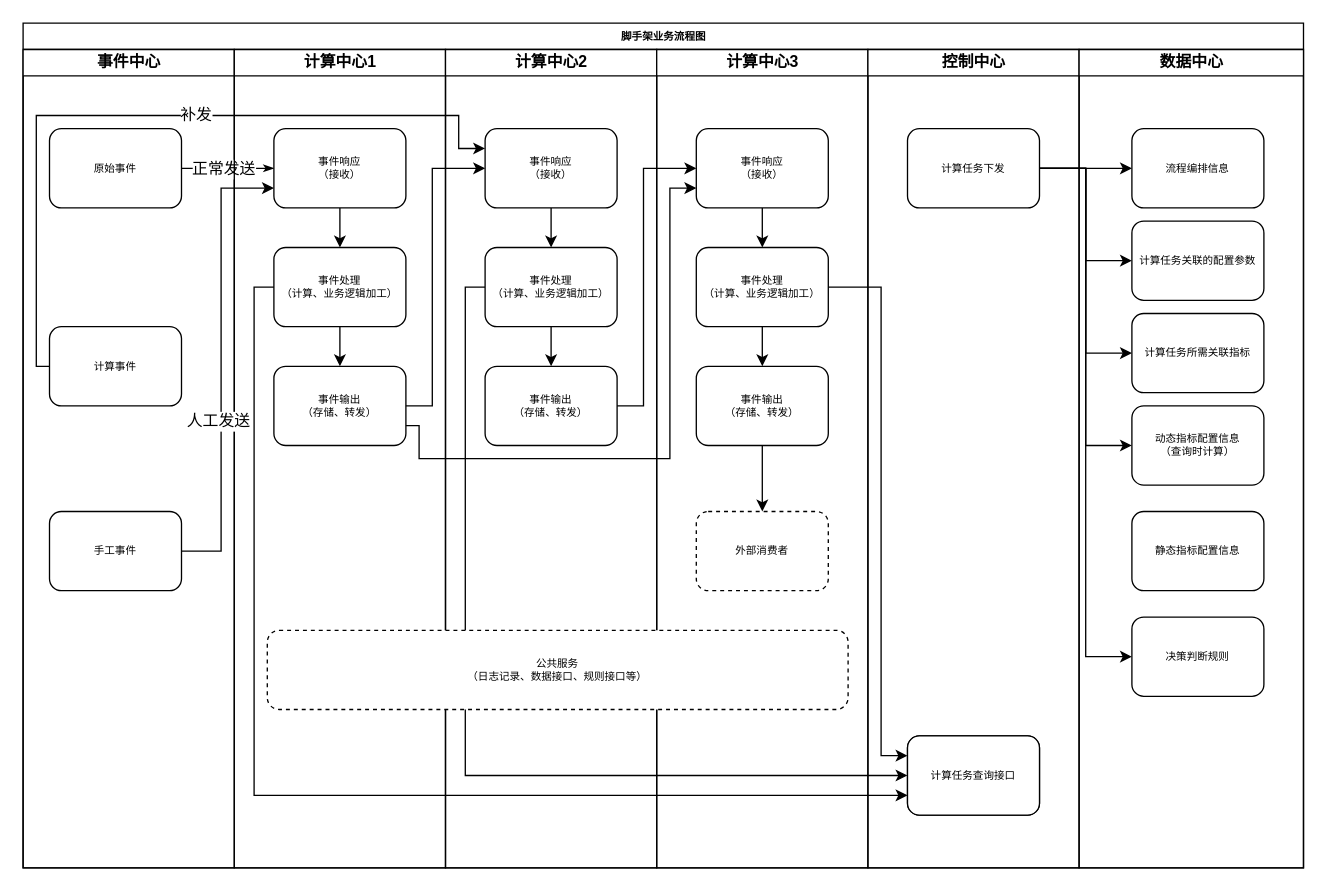
michael0817/wing keeps this draw.io diagram as 脚手架业务流程图.drawio. Above is the earlier version. Source tidied: cells renumbered, new cells numbered last; positions are measured from the earlier drawing's top-left corner, leaving out a move shared by most shapes. Both pictures are drawn from the tidied source at 132%, with x=0, y=0 at pixel (22, 22).
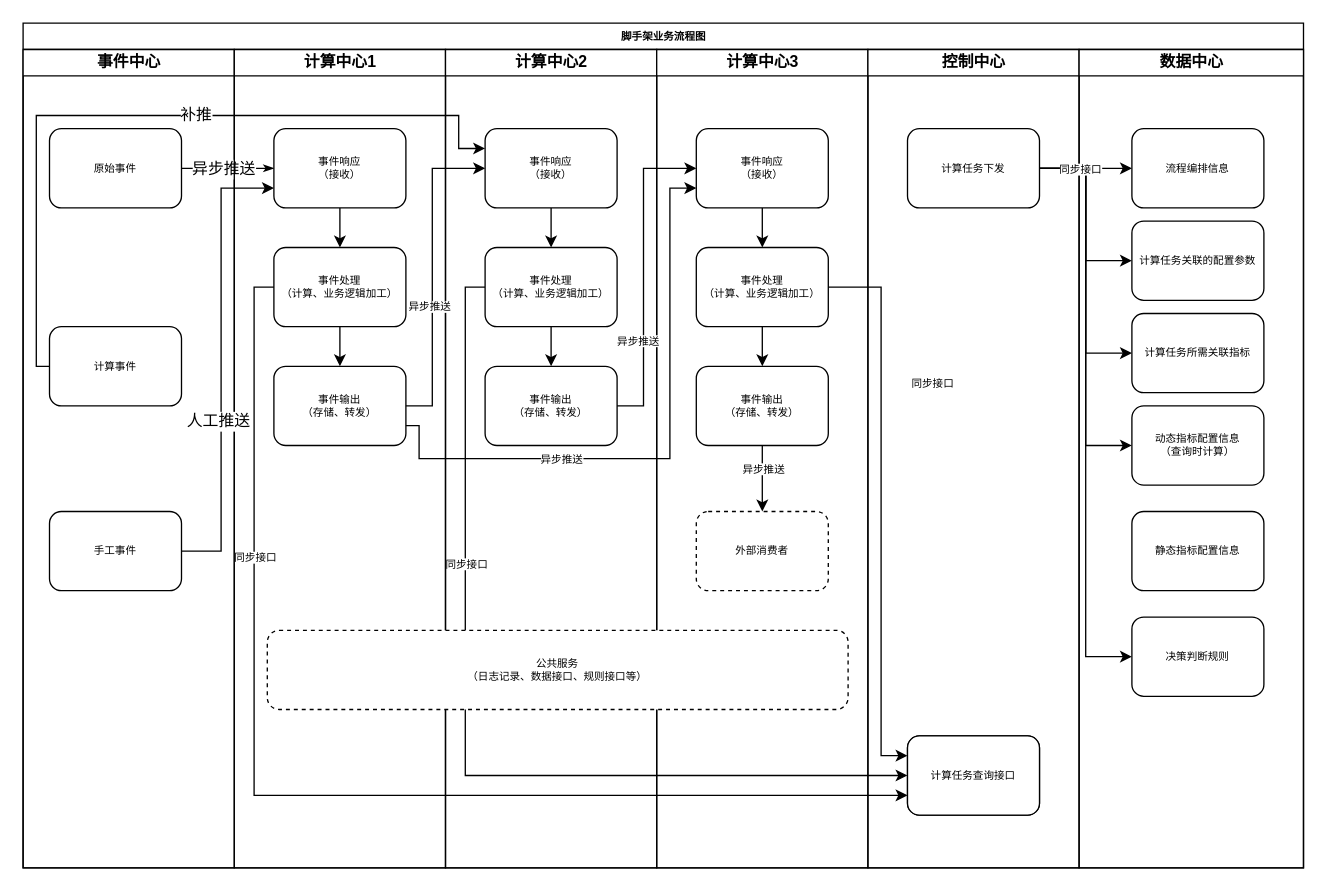
The same diagram, later.

Commit message:
Update 脚手架业务流程图.drawio

Unchanged cells that the change refers to:
```xml
<mxCell id="3" style="edgeStyle=orthogonalEdgeStyle;rounded=0;jettySize=auto;html=1;entryX=0;entryY=0.5;entryDx=0;entryDy=0;exitX=0;exitY=0.5;exitDx=0;exitDy=0;verticalAlign=bottom;" parent="2" edge="1" source="20" target="33">
  <mxGeometry relative="1" as="geometry">
    <Array as="points">
      <mxPoint x="335" y="200" />
      <mxPoint x="335" y="570" />
    </Array>
  </mxGeometry>
</mxCell>
<mxCell id="8" style="edgeStyle=orthogonalEdgeStyle;rounded=1;html=1;labelBackgroundColor=none;startArrow=none;startFill=0;startSize=5;endArrow=classicThin;endFill=1;endSize=5;jettySize=auto;strokeWidth=1;fontFamily=Verdana;fontSize=8;" parent="2" edge="1" source="5" target="12">
  <mxGeometry relative="1" as="geometry" />
</mxCell>
<mxCell id="22" value="计算中心3" style="swimlane;html=1;startSize=20;" parent="2" vertex="1">
  <mxGeometry x="480" y="20" width="160" height="620" as="geometry" />
</mxCell>
<mxCell id="27" value="&lt;span style=&quot;white-space: normal&quot;&gt;事件输出&lt;/span&gt;&lt;br style=&quot;white-space: normal&quot;&gt;&lt;span style=&quot;white-space: normal&quot;&gt;（存储、转发）&lt;/span&gt;" style="rounded=1;whiteSpace=wrap;html=1;shadow=0;labelBackgroundColor=none;strokeWidth=1;fontFamily=Verdana;fontSize=8;align=center;" parent="22" vertex="1">
  <mxGeometry x="30" y="240" width="100" height="60" as="geometry" />
</mxCell>
<mxCell id="28" value="外部消费者" style="rounded=1;whiteSpace=wrap;html=1;shadow=0;labelBackgroundColor=none;strokeWidth=1;fontFamily=Verdana;fontSize=8;align=center;dashed=1;" parent="22" vertex="1">
  <mxGeometry x="30" y="350" width="100" height="60" as="geometry" />
</mxCell>
<mxCell id="42" style="edgeStyle=orthogonalEdgeStyle;rounded=0;jettySize=auto;html=1;entryX=0;entryY=0.5;entryDx=0;entryDy=0;" parent="2" edge="1" source="15" target="18">
  <mxGeometry relative="1" as="geometry">
    <Array as="points">
      <mxPoint x="310" y="290" />
      <mxPoint x="310" y="110" />
    </Array>
  </mxGeometry>
</mxCell>
<mxCell id="43" style="edgeStyle=orthogonalEdgeStyle;rounded=0;jettySize=auto;html=1;entryX=0;entryY=0.75;entryDx=0;entryDy=0;exitX=1;exitY=0.75;exitDx=0;exitDy=0;" parent="2" edge="1" source="15" target="24">
  <mxGeometry relative="1" as="geometry">
    <Array as="points">
      <mxPoint x="300" y="305" />
      <mxPoint x="300" y="330" />
      <mxPoint x="490" y="330" />
      <mxPoint x="490" y="125" />
    </Array>
  </mxGeometry>
</mxCell>
<mxCell id="44" style="edgeStyle=orthogonalEdgeStyle;rounded=0;jettySize=auto;html=1;entryX=0;entryY=0.25;entryDx=0;entryDy=0;" parent="2" edge="1" source="6" target="18">
  <mxGeometry relative="1" as="geometry">
    <Array as="points">
      <mxPoint x="10" y="260" />
      <mxPoint x="10" y="70" />
      <mxPoint x="330" y="70" />
      <mxPoint x="330" y="95" />
    </Array>
  </mxGeometry>
</mxCell>
<mxCell id="46" style="edgeStyle=orthogonalEdgeStyle;rounded=0;jettySize=auto;html=1;entryX=0;entryY=0.5;entryDx=0;entryDy=0;" parent="2" edge="1" source="21" target="24">
  <mxGeometry relative="1" as="geometry">
    <Array as="points">
      <mxPoint x="470" y="290" />
      <mxPoint x="470" y="110" />
    </Array>
  </mxGeometry>
</mxCell>
<mxCell id="47" style="edgeStyle=orthogonalEdgeStyle;rounded=0;jettySize=auto;html=1;entryX=0;entryY=0.75;entryDx=0;entryDy=0;" parent="2" edge="1" source="7" target="12">
  <mxGeometry relative="1" as="geometry">
    <Array as="points">
      <mxPoint x="150" y="400" />
      <mxPoint x="150" y="125" />
    </Array>
  </mxGeometry>
</mxCell>
<mxCell id="53" style="edgeStyle=orthogonalEdgeStyle;rounded=0;jettySize=auto;html=1;entryX=0;entryY=0.5;entryDx=0;entryDy=0;" parent="2" edge="1" source="32" target="38">
  <mxGeometry relative="1" as="geometry" />
</mxCell>
<mxCell id="54" style="edgeStyle=orthogonalEdgeStyle;rounded=0;jettySize=auto;html=1;entryX=0;entryY=0.25;entryDx=0;entryDy=0;exitX=1;exitY=0.5;exitDx=0;exitDy=0;" parent="2" edge="1" source="26" target="33">
  <mxGeometry relative="1" as="geometry">
    <Array as="points">
      <mxPoint x="650" y="200" />
      <mxPoint x="650" y="555" />
    </Array>
  </mxGeometry>
</mxCell>
<mxCell id="55" style="edgeStyle=elbowEdgeStyle;rounded=0;jettySize=auto;elbow=vertical;html=1;entryX=0;entryY=0.75;entryDx=0;entryDy=0;fontFamily=Verdana;fontSize=8;" parent="2" edge="1" source="14" target="33">
  <mxGeometry relative="1" as="geometry">
    <Array as="points">
      <mxPoint x="175" y="530" />
      <mxPoint x="395" y="585" />
    </Array>
  </mxGeometry>
</mxCell>
```

What changed in the source:
```diff
@@
+    <mxCell id="56" value="同步接口" style="text;html=1;align=center;verticalAlign=middle;labelBackgroundColor=#ffffff;fontSize=8;fontFamily=Verdana;" parent="3" vertex="1">
+      <mxGeometry x="-0.35" relative="1" as="geometry">
+        <mxPoint y="-9.2" as="offset" />
+      </mxGeometry>
+    </mxCell>
@@
-    <mxCell id="9" value="正常发送" style="text;html=1;align=center;verticalAlign=middle;labelBackgroundColor=#ffffff;" parent="8" vertex="1">
+    <mxCell id="9" value="异步推送" style="text;html=1;align=center;verticalAlign=middle;labelBackgroundColor=#ffffff;" parent="8" vertex="1">
       <mxGeometry x="-0.12" relative="1" as="geometry" />
     </mxCell>
@@
     <mxCell id="29" style="edgeStyle=elbowEdgeStyle;rounded=0;jettySize=auto;elbow=vertical;html=1;entryX=0.5;entryY=0;entryDx=0;entryDy=0;" parent="22" edge="1" source="27" target="28">
-      <mxGeometry relative="1" as="geometry" />
+      <mxGeometry relative="1" as="geometry">
+        <Array as="points">
+          <mxPoint x="80" y="320" />
+        </Array>
+      </mxGeometry>
     </mxCell>
+    <mxCell id="57" value="异步推送" style="text;html=1;align=center;verticalAlign=middle;labelBackgroundColor=#ffffff;fontSize=8;fontFamily=Verdana;" parent="29" vertex="1">
+      <mxGeometry x="-0.2" y="3" relative="1" as="geometry">
+        <mxPoint x="-3" y="-3" as="offset" />
+      </mxGeometry>
+    </mxCell>
@@
+    <mxCell id="58" value="异步推送" style="text;html=1;align=center;verticalAlign=middle;labelBackgroundColor=#ffffff;fontSize=8;fontFamily=Verdana;" parent="42" vertex="1">
+      <mxGeometry x="-0.2" y="3" relative="1" as="geometry" />
+    </mxCell>
@@
+    <mxCell id="59" value="异步推送" style="text;html=1;align=center;verticalAlign=middle;labelBackgroundColor=#ffffff;fontSize=8;fontFamily=Verdana;" parent="43" vertex="1">
+      <mxGeometry x="-0.37" relative="1" as="geometry" />
+    </mxCell>
@@
-    <mxCell id="45" value="补发" style="text;html=1;align=center;verticalAlign=middle;labelBackgroundColor=#ffffff;" parent="44" vertex="1">
+    <mxCell id="45" value="补推" style="text;html=1;align=center;verticalAlign=middle;labelBackgroundColor=#ffffff;" parent="44" vertex="1">
       <mxGeometry x="-0.43" y="3" relative="1" as="geometry">
         <mxPoint x="123" y="-40" as="offset" />
       </mxGeometry>
     </mxCell>
@@
+    <mxCell id="60" value="异步推送" style="text;html=1;align=center;verticalAlign=middle;labelBackgroundColor=#ffffff;fontSize=8;fontFamily=Verdana;" parent="46" vertex="1">
+      <mxGeometry x="-0.3" y="3" relative="1" as="geometry">
+        <mxPoint x="-2" y="14.2" as="offset" />
+      </mxGeometry>
+    </mxCell>
@@
-    <mxCell id="48" value="人工发送" style="text;html=1;align=center;verticalAlign=middle;labelBackgroundColor=#ffffff;" parent="47" vertex="1">
+    <mxCell id="48" value="人工推送" style="text;html=1;align=center;verticalAlign=middle;labelBackgroundColor=#ffffff;" parent="47" vertex="1">
       <mxGeometry x="-0.25" y="3" relative="1" as="geometry" />
     </mxCell>
@@
+    <mxCell id="61" value="同步接口" style="text;html=1;align=center;verticalAlign=middle;labelBackgroundColor=#ffffff;fontSize=8;fontFamily=Verdana;" parent="53" vertex="1">
+      <mxGeometry x="-0.89" relative="1" as="geometry">
+        <mxPoint x="6.9" as="offset" />
+      </mxGeometry>
+    </mxCell>
@@
+    <mxCell id="62" value="同步接口" style="text;html=1;align=center;verticalAlign=middle;labelBackgroundColor=#ffffff;fontSize=8;fontFamily=Verdana;" parent="54" vertex="1">
+      <mxGeometry x="-0.81" y="-36" relative="1" as="geometry">
+        <mxPoint x="39" y="36" as="offset" />
+      </mxGeometry>
+    </mxCell>
@@
+    <mxCell id="63" value="同步接口" style="text;html=1;align=center;verticalAlign=middle;labelBackgroundColor=#ffffff;fontSize=8;fontFamily=Verdana;" parent="55" vertex="1">
+      <mxGeometry x="-0.51" relative="1" as="geometry" />
+    </mxCell>
```
